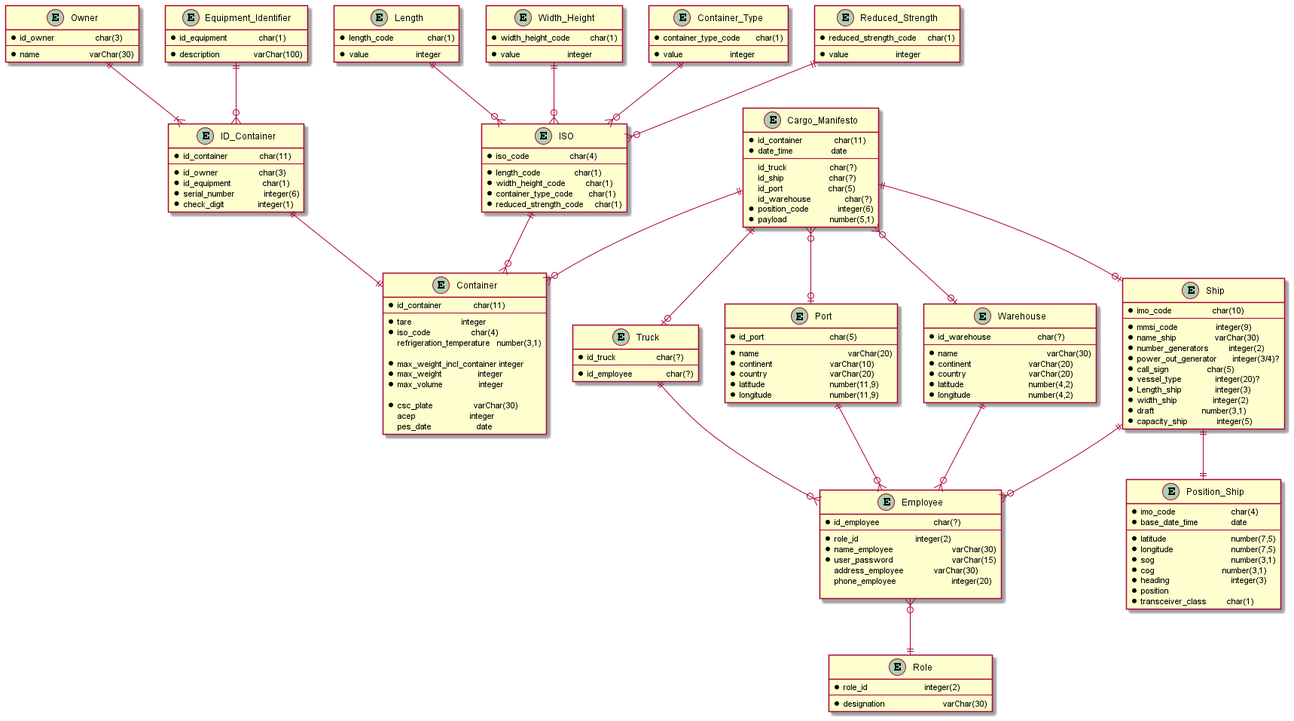
This is docs/Sprint 2/US/US108/physical_model.png from 1190772/LAB-Project-3, a PlantUML export, as it was before one commit.
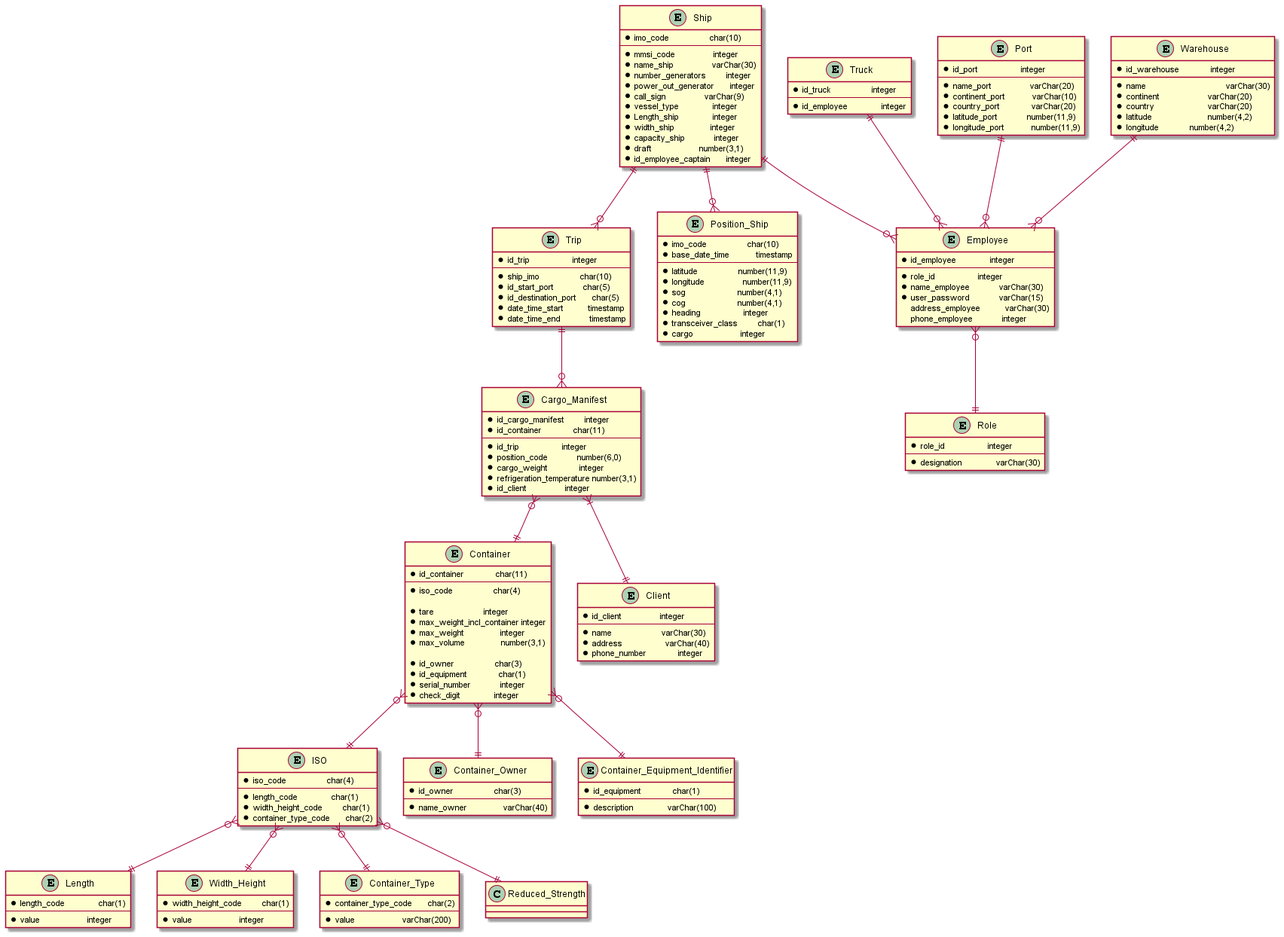
Above is the later version.

Commit message:
Correções nos modelos relacionais e atualização do script de início da base de dados

Change to the diagram source:
```diff
@@ -1,40 +1,29 @@
 @startuml
+
+entity Trip {
+* id_trip                   integer
+--
+* ship_imo                  char(10)
+* id_start_port             char(5)
+* id_destination_port       char(5)
+* date_time_start           timestamp
+* date_time_end             timestamp
+}
 
 entity Container {
 * id_container              char(11)
 --
+* iso_code                  char(4)
+
 * tare                      integer
-* iso_code                  char(4)
-refrigeration_temperature   number(3,1)
-
 * max_weight_incl_container integer
 * max_weight                integer
-* max_volume                integer
+* max_volume                number(3,1)
 
-*csc_plate                  varChar(30)
-acep                        integer
-pes_date                    date
-}
-
-entity Owner {
-* id_owner                  char(3)
---
-* name                      varChar(30)
-}
-
-entity ID_Container {
-* id_container              char(11)
---
 * id_owner                  char(3)
 * id_equipment              char(1)
-* serial_number             integer(6)
-* check_digit               integer(1)
-}
-
-entity Equipment_Identifier {
-* id_equipment              char(1)
---
-* description               varChar(100)
+* serial_number             integer
+* check_digit               integer
 }
 
 entity ISO {
@@ -42,8 +31,7 @@
 --
 * length_code               char(1)
 * width_height_code         char(1)
-* container_type_code       char(1)
-* reduced_strength_code     char(1)
+* container_type_code       char(2)
 }
 
 entity Length {
@@ -59,120 +47,127 @@
 }
 
 entity Container_Type {
-* container_type_code       char(1)
+* container_type_code       char(2)
 --
-* value                     integer
+* value                     varChar(200)
 }
 
-entity Reduced_Strength {
-* reduced_strength_code     char(1)
+entity Cargo_Manifest {
+* id_cargo_manifest         integer
+* id_container              char(11)
 --
-* value                     integer
-}
-
-entity Cargo_Manifesto {
-* id_container              char(11)
-* date_time                 date
---
- id_truck                   char(?)
- id_ship                    char(?)
- id_port                    char(5)
- id_warehouse               char(?)
-* position_code             integer(6)
-* payload                   number(5,1)
+* id_trip                   integer
+* position_code             number(6,0)
+* cargo_weight              integer
+* refrigeration_temperature number(3,1)
+* id_client                 integer
 }
 
 entity Truck {
-* id_truck                  char(?)
+* id_truck                  integer
 --
-* id_employee               char(?)
+* id_employee               integer
 }
 
 entity Ship {
 * imo_code                  char(10)
 --
-* mmsi_code                 integer(9)
+* mmsi_code                 integer
 * name_ship                 varChar(30)
-* number_generators         integer(2)
-* power_out_generator       integer(3/4)?
-* call_sign                 char(5)
-* vessel_type               integer(20)?
-* Length_ship               integer(3)
-* width_ship                integer(2)
+* number_generators         integer
+* power_out_generator       integer
+* call_sign                 varChar(9)
+* vessel_type               integer
+* Length_ship               integer
+* width_ship                integer
+* capacity_ship             integer
 * draft                     number(3,1)
-* capacity_ship             integer(5)
+* id_employee_captain       integer
+}
+
+entity Port {
+* id_port                   integer
+--
+* name_port                 varChar(20)
+* continent_port            varChar(10)
+* country_port              varChar(20)
+* latitude_port             number(11,9)
+* longitude_port            number(11,9)
+}
+
+entity Warehouse {
+* id_warehouse              integer
+* name    	   			    varChar(30)
+* continent		    	    varChar(20)
+* country	         	    varChar(20)
+* latitude		    	    number(4,2)
+* longitude 	    	    number(4,2)
+}
+
+entity Employee{
+* id_employee               integer
+--
+* role_id                   integer
+* name_employee             varChar(30)
+* user_password             varChar(15)
+ address_employee           varChar(30)
+ phone_employee             integer
 }
 
 entity Position_Ship {
-* imo_code			        char(4)
-* base_date_time	        date
+* imo_code                  char(10)
+* base_date_time            timestamp
 --
-* latitude			        number(7,5)
-* longitude			        number(7,5)
-* sog				        number(3,1)
-* cog			            number(3,1)
-* heading			        integer(3)
-* position
+* latitude                  number(11,9)
+* longitude                 number(11,9)
+* sog                       number(4,1)
+* cog                       number(4,1)
+* heading                   integer
 * transceiver_class         char(1)
-}
-
-entity Port {
-* id_port			        char(5)
---
-* name				        varChar(20)
-* continent			        varChar(10)
-* country			        varChar(20)
-* latitude			        number(11,9)
-* longitude			        number(11,9)
-}
-
-entity Warehouse {
-* id_warehouse			    char(?)
---
-* name				        varChar(30)
-* continent			        varChar(20)
-* country			        varChar(20)
-* latitude			        number(4,2)
-* longitude			        number(4,2)
-}
-
-entity Employee{
-* id_employee			    char(?)
---
-* role_id		    	    integer(2)
-* name_employee			    varChar(30)
-* user_password			    varChar(15)
- address_employee		    varChar(30)
- phone_employee			    integer(20)
-
+* cargo                     integer
 }
 
 entity Role {
-* role_id	    		    integer(2)
+* role_id                   integer
 --
-* designation			    varChar(30)
+* designation               varChar(30)
 }
 
+entity Client {
+* id_client                 integer
+--
+* name                      varChar(30)
+* address                   varChar(40)
+* phone_number              integer
+}
 
-Length ||--o{ ISO
-Width_Height ||--o{ ISO
-Container_Type ||--o{ ISO
-Reduced_Strength ||--o{ ISO
+entity Container_Owner {
+* id_owner                  char(3)
+--
+* name_owner                varChar(40)
+}
 
-Owner ||--|{ ID_Container
-Equipment_Identifier ||--o{ ID_Container
+entity Container_Equipment_Identifier {
+* id_equipment              char(1)
+--
+* description               varChar(100)
+}
 
-ID_Container ||--|| Container
-ISO ||--o{ Container
-Cargo_Manifesto ||--o{ Container
-Cargo_Manifesto ||--o| Ship
-Cargo_Manifesto ||--o| Truck
-Ship ||--|| Position_Ship
+ISO }o--|| Length
+ISO }o--|| Width_Height
+ISO }o--|| Container_Type
+ISO }o--|| Reduced_Strength
 
-Cargo_Manifesto }o--o| Warehouse
-Cargo_Manifesto }o--o| Port
+Container }o--|| Container_Owner
+Container }o--|| Container_Equipment_Identifier
+Container }o--|| ISO
+Trip ||--o{ Cargo_Manifest
+Cargo_Manifest }o--|| Container
+Cargo_Manifest }|--|| Client
+Ship ||--o{ Position_Ship
 
 Truck ||--o{ Employee
+Ship ||--o{ Trip
 Ship ||--o{ Employee
 Warehouse ||--o{ Employee
 Port ||--o{ Employee
```
